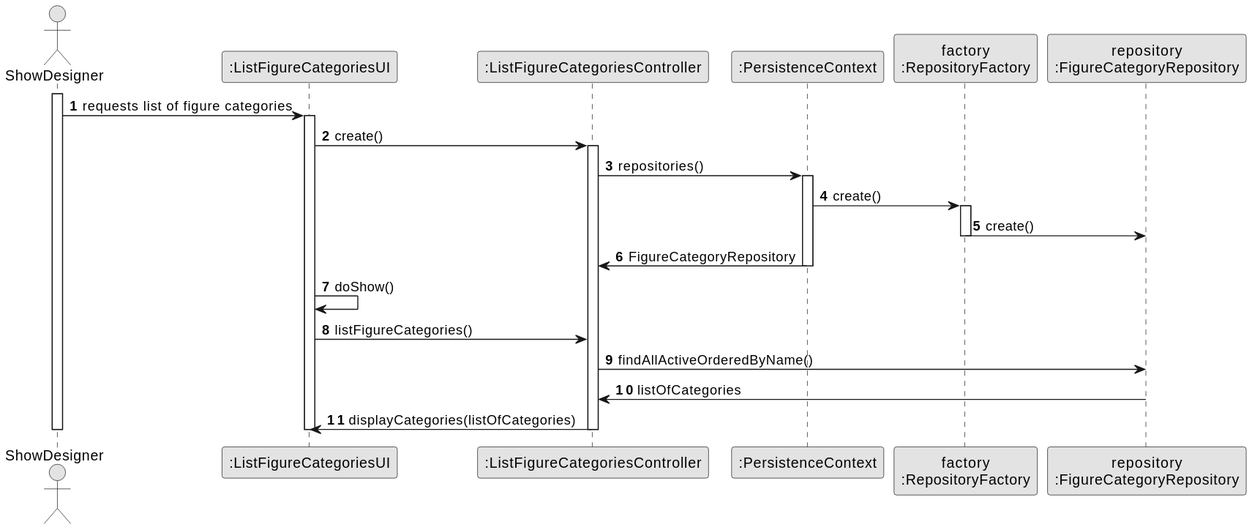
The PlantUML diagram docs/planning/sprint2/EAPLI/US247 - List figure categories/03.design/svg/us247-sequence-diagram-full.svg in SAEmanuel/Shodrone_ISEP, before a commit. Source of this version:
```plantuml
@startuml
skinparam monochrome true
skinparam packageStyle rectangle
skinparam shadowing false

autonumber

actor "ShowDesigner" as ACTOR
participant ":ListFigureCategoriesUI" as UI
participant ":ListFigureCategoriesController" as CTRL
participant ":PersistenceContext" as PC
participant "factory\n:RepositoryFactory" as FACTORY_INSTANCE
participant "repository\n:FigureCategoryRepository" as REPO

activate ACTOR

ACTOR -> UI : requests list of figure categories

activate UI
UI -> CTRL : create()

activate CTRL
CTRL -> PC: repositories()
activate PC
PC -> FACTORY_INSTANCE: create()
activate FACTORY_INSTANCE
FACTORY_INSTANCE -> REPO: create()
deactivate FACTORY_INSTANCE
PC -> CTRL: FigureCategoryRepository
deactivate PC

UI -> UI: doShow()

UI -> CTRL: listFigureCategories()
CTRL -> REPO: findAllActiveOrderedByName()
REPO -> CTRL: listOfCategories
CTRL -> UI: displayCategories(listOfCategories)

deactivate CTRL
deactivate UI
deactivate ACTOR
@enduml
```
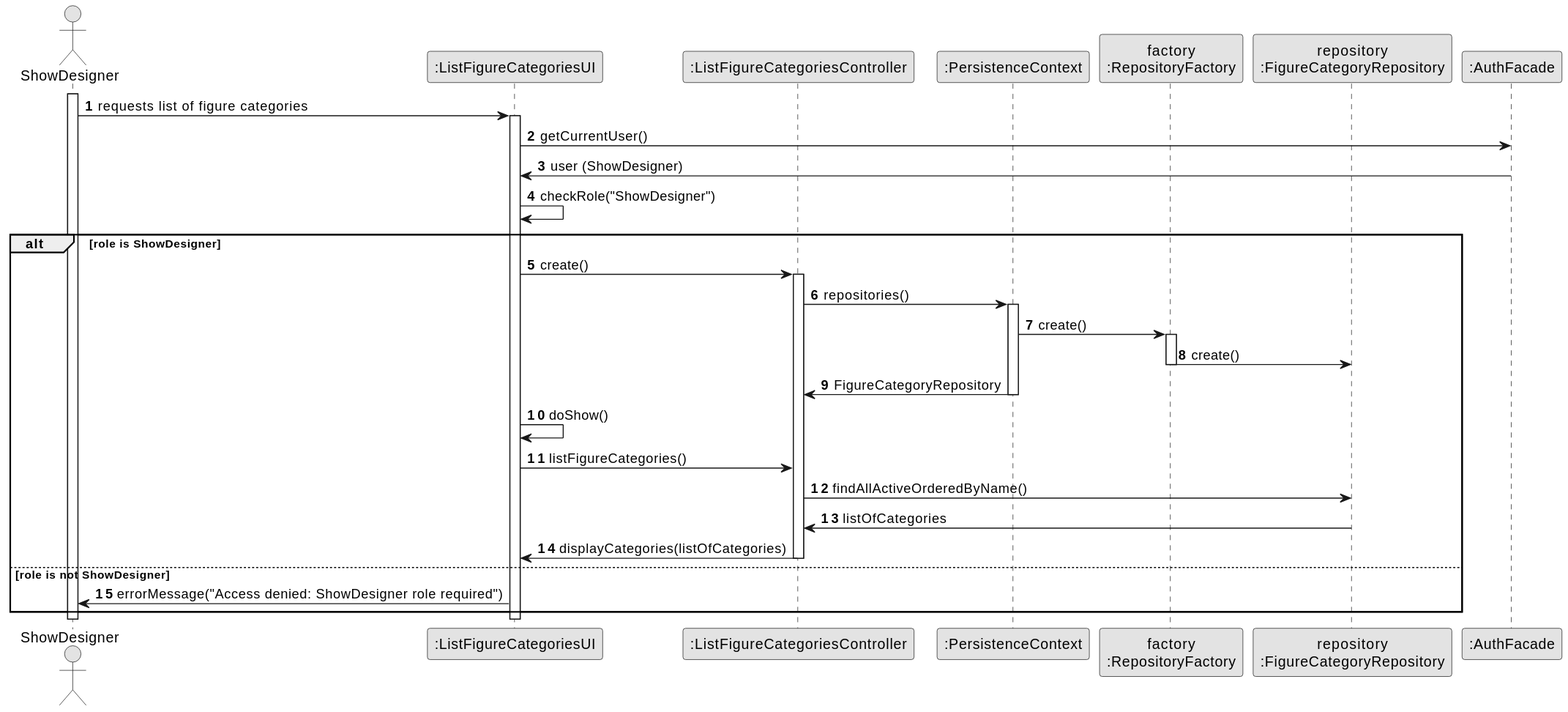
The same diagram one commit later.

Commit message:
us247: add user and role verification to design sequence diagram

Updated the design sequence diagram for US247 (List figure categories) to explicitly include user authentication and role verification via AuthFacade. The flow now ensures only authenticated users with the ShowDesigner role can list categories, in line with security and authorization requirements.

Related to #1/#25/#37

Change to the diagram source:
```diff
@@ -11,32 +11,41 @@
 participant ":PersistenceContext" as PC
 participant "factory\n:RepositoryFactory" as FACTORY_INSTANCE
 participant "repository\n:FigureCategoryRepository" as REPO
+participant ":AuthFacade" as AuthFacade
 
 activate ACTOR
 
 ACTOR -> UI : requests list of figure categories
 
 activate UI
-UI -> CTRL : create()
+UI -> AuthFacade: getCurrentUser()
+AuthFacade -> UI: user (ShowDesigner)
+UI -> UI: checkRole("ShowDesigner")
+alt role is ShowDesigner
+    UI -> CTRL : create()
 
-activate CTRL
-CTRL -> PC: repositories()
-activate PC
-PC -> FACTORY_INSTANCE: create()
-activate FACTORY_INSTANCE
-FACTORY_INSTANCE -> REPO: create()
-deactivate FACTORY_INSTANCE
-PC -> CTRL: FigureCategoryRepository
-deactivate PC
+    activate CTRL
+    CTRL -> PC: repositories()
+    activate PC
+    PC -> FACTORY_INSTANCE: create()
+    activate FACTORY_INSTANCE
+    FACTORY_INSTANCE -> REPO: create()
+    deactivate FACTORY_INSTANCE
+    PC -> CTRL: FigureCategoryRepository
+    deactivate PC
 
-UI -> UI: doShow()
+    UI -> UI: doShow()
 
-UI -> CTRL: listFigureCategories()
-CTRL -> REPO: findAllActiveOrderedByName()
-REPO -> CTRL: listOfCategories
-CTRL -> UI: displayCategories(listOfCategories)
+    UI -> CTRL: listFigureCategories()
+    CTRL -> REPO: findAllActiveOrderedByName()
+    REPO -> CTRL: listOfCategories
+    CTRL -> UI: displayCategories(listOfCategories)
 
-deactivate CTRL
+    deactivate CTRL
+else role is not ShowDesigner
+    UI -> ACTOR: errorMessage("Access denied: ShowDesigner role required")
+end
+
 deactivate UI
 deactivate ACTOR
 @enduml
```
